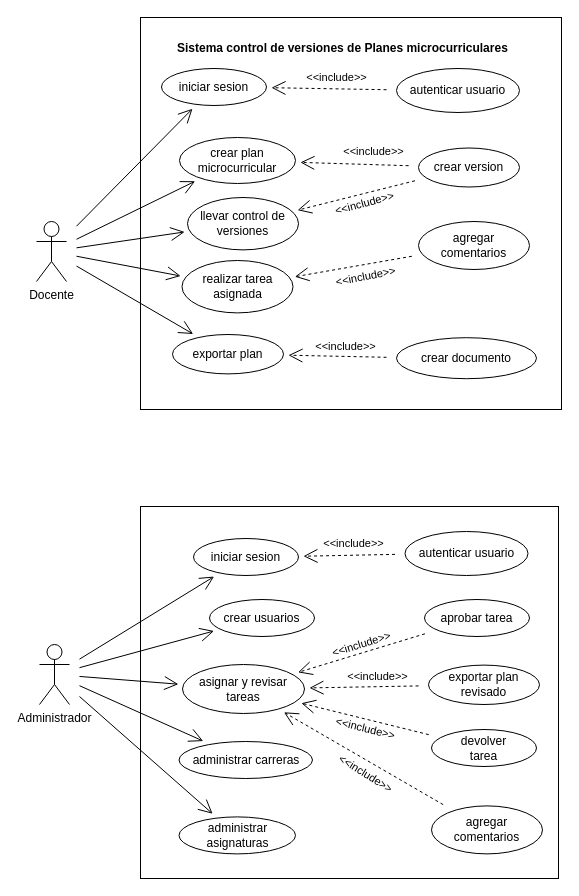
Before: page "casos de uso" (3 of 3) of Diagrama sin título.drawio in JesusBriones2/prueba, a draw.io diagram. Source tidied: cells renumbered, new cells numbered last; positions are measured from the earlier drawing's top-left corner, leaving out a move shared by most shapes. Both pictures are drawn from the tidied source at 100%, with x=0, y=0 at pixel (36, 17).
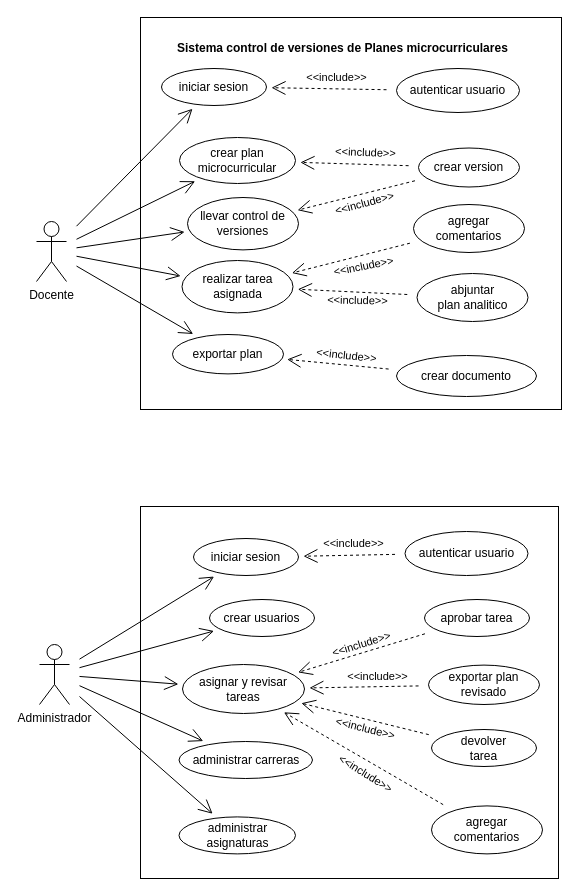
The same diagram, later.

The change refers to these unchanged cells:
```xml
<mxCell id="13" style="endArrow=open;endFill=1;endSize=12;html=1;rounded=0;dashed=1;targetPerimeterSpacing=5;sourcePerimeterSpacing=10;" parent="1" edge="1" source="12" target="10">
  <mxGeometry relative="1" as="geometry" />
</mxCell>
<mxCell id="15" value="realizar tarea&lt;br&gt;asignada" style="ellipse;whiteSpace=wrap;html=1;" parent="1" vertex="1">
  <mxGeometry x="145.5" y="243" width="111" height="52.4" as="geometry" />
</mxCell>
<mxCell id="25" style="endArrow=open;endFill=1;endSize=12;html=1;rounded=0;dashed=1;targetPerimeterSpacing=5;sourcePerimeterSpacing=10;" parent="1" edge="1" source="24" target="17">
  <mxGeometry relative="1" as="geometry" />
</mxCell>
```

Diff of the diagram source:
```diff
@@
-    <mxCell id="14" value="&amp;lt;&amp;lt;include&amp;gt;&amp;gt;" style="edgeLabel;html=1;align=center;verticalAlign=middle;" parent="13" vertex="1">
+    <mxCell id="14" value="&amp;lt;&amp;lt;include&amp;gt;&amp;gt;" style="edgeLabel;html=1;align=center;verticalAlign=middle;rotation=2;" parent="13" vertex="1">
       <mxGeometry x="-0.27" y="-2" relative="1" as="geometry">
-        <mxPoint x="4" y="-11" as="offset" />
+        <mxPoint x="-4" y="-11" as="offset" />
       </mxGeometry>
     </mxCell>
@@
     <mxCell id="19" value="agregar comentarios" style="ellipse;whiteSpace=wrap;html=1;" parent="1" vertex="1">
-      <mxGeometry x="382" y="204" width="111" height="48" as="geometry" />
+      <mxGeometry x="377" y="187" width="111" height="48" as="geometry" />
     </mxCell>
@@
     <mxCell id="24" value="crear documento" style="ellipse;whiteSpace=wrap;html=1;" parent="1" vertex="1">
-      <mxGeometry x="360" y="320.2" width="140" height="41" as="geometry" />
+      <mxGeometry x="360" y="338" width="140" height="41" as="geometry" />
     </mxCell>
@@
-    <mxCell id="26" value="&amp;lt;&amp;lt;include&amp;gt;&amp;gt;" style="edgeLabel;html=1;align=center;verticalAlign=middle;" parent="25" vertex="1">
+    <mxCell id="26" value="&amp;lt;&amp;lt;include&amp;gt;&amp;gt;" style="edgeLabel;html=1;align=center;verticalAlign=middle;rotation=6;" parent="25" vertex="1">
       <mxGeometry x="-0.27" y="-2" relative="1" as="geometry">
         <mxPoint x="-6" y="-9" as="offset" />
       </mxGeometry>
     </mxCell>
@@
+    <mxCell id="56" value="abjuntar&lt;br&gt;plan analitico" style="ellipse;whiteSpace=wrap;html=1;" parent="1" vertex="1">
+      <mxGeometry x="380.5" y="256" width="111" height="48" as="geometry" />
+    </mxCell>
+    <mxCell id="57" style="endArrow=open;endFill=0;endSize=12;html=1;rounded=0;targetPerimeterSpacing=5;sourcePerimeterSpacing=10;dashed=1;" parent="1" edge="1" source="56" target="15">
+      <mxGeometry relative="1" as="geometry" />
+    </mxCell>
+    <mxCell id="58" value="&amp;lt;&amp;lt;include&amp;gt;&amp;gt;" style="edgeLabel;html=1;align=center;verticalAlign=middle;rotation=1;" parent="57" vertex="1">
+      <mxGeometry x="-0.27" y="-2" relative="1" as="geometry">
+        <mxPoint x="-10" y="9" as="offset" />
+      </mxGeometry>
+    </mxCell>
```
